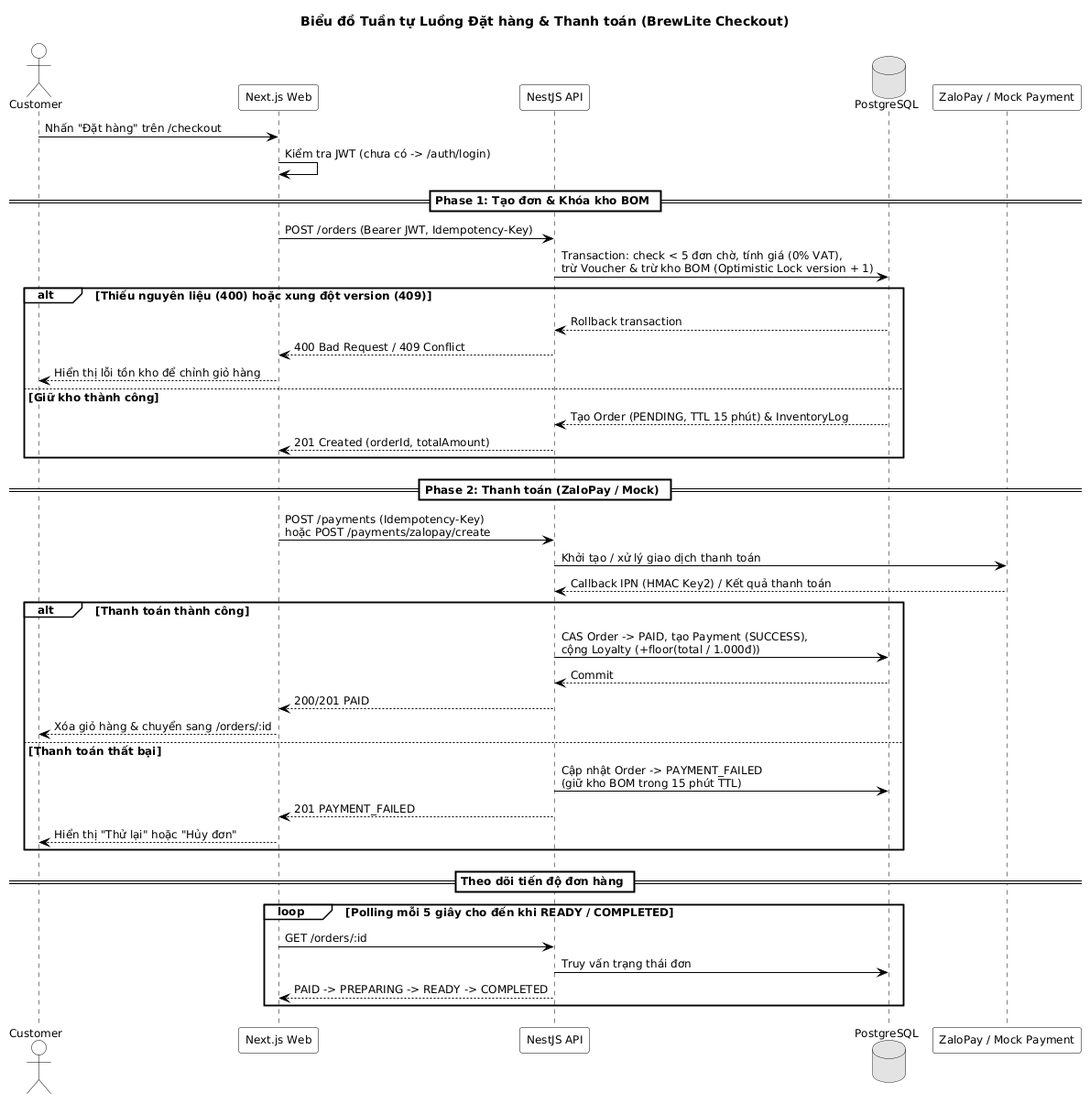
Above: docs/diagrams/sequence-checkout.png in MaGiaVy/BrewLite_project (PlantUML), before the change.
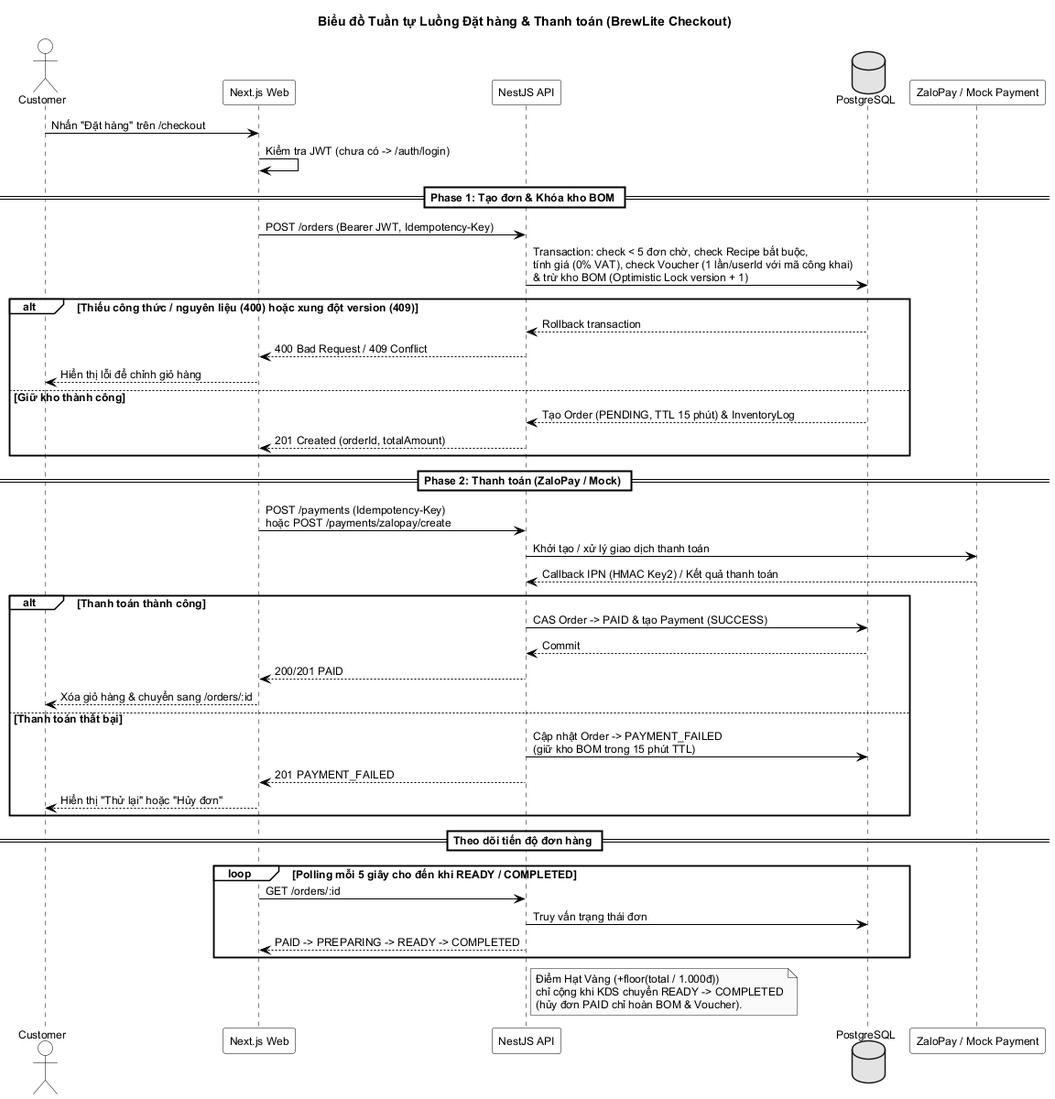
The same file after the commit.

Diff of the diagram source:
```diff
@@ -35,12 +35,12 @@
 == Phase 1: Tạo đơn & Khóa kho BOM ==
 
 Web -> API : POST /orders (Bearer JWT, Idempotency-Key)
-API -> DB : Transaction: check < 5 đơn chờ, tính giá (0% VAT),\ntrừ Voucher & trừ kho BOM (Optimistic Lock version + 1)
+API -> DB : Transaction: check < 5 đơn chờ, check Recipe bắt buộc,\ntính giá (0% VAT), check Voucher (1 lần/userId với mã công khai)\n& trừ kho BOM (Optimistic Lock version + 1)
 
-alt Thiếu nguyên liệu (400) hoặc xung đột version (409)
+alt Thiếu công thức / nguyên liệu (400) hoặc xung đột version (409)
   DB --> API : Rollback transaction
   API --> Web : 400 Bad Request / 409 Conflict
-  Web --> Customer : Hiển thị lỗi tồn kho để chỉnh giỏ hàng
+  Web --> Customer : Hiển thị lỗi để chỉnh giỏ hàng
 else Giữ kho thành công
   DB --> API : Tạo Order (PENDING, TTL 15 phút) & InventoryLog
   API --> Web : 201 Created (orderId, totalAmount)
@@ -53,7 +53,7 @@
 Gateway --> API : Callback IPN (HMAC Key2) / Kết quả thanh toán
 
 alt Thanh toán thành công
-  API -> DB : CAS Order -> PAID, tạo Payment (SUCCESS),\ncộng Loyalty (+floor(total / 1.000đ))
+  API -> DB : CAS Order -> PAID & tạo Payment (SUCCESS)
   DB --> API : Commit
   API --> Web : 200/201 PAID
   Web --> Customer : Xóa giỏ hàng & chuyển sang /orders/:id
@@ -70,5 +70,10 @@
   API -> DB : Truy vấn trạng thái đơn
   API --> Web : PAID -> PREPARING -> READY -> COMPLETED
 end
+note right of API
+  Điểm Hạt Vàng (+floor(total / 1.000đ))
+  chỉ cộng khi KDS chuyển READY -> COMPLETED
+  (hủy đơn PAID chỉ hoàn BOM & Voucher).
+end note
 
 @enduml
```
